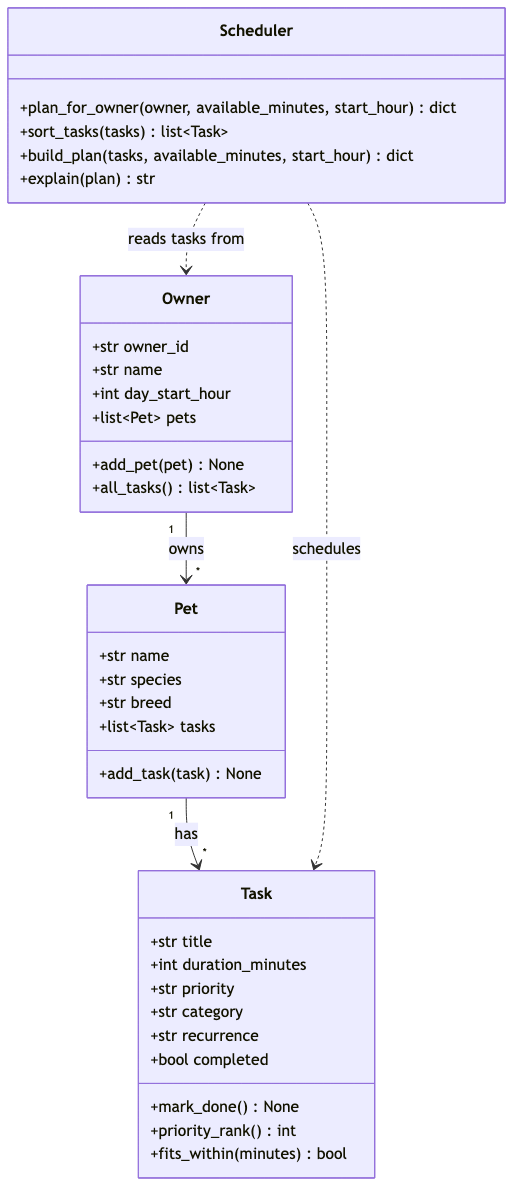
The Mermaid diagram diagrams/uml.png in meghakr1/ai110-module2show-pawpal-starter, before a commit. Its source is kept beside it as diagrams/uml.mmd.
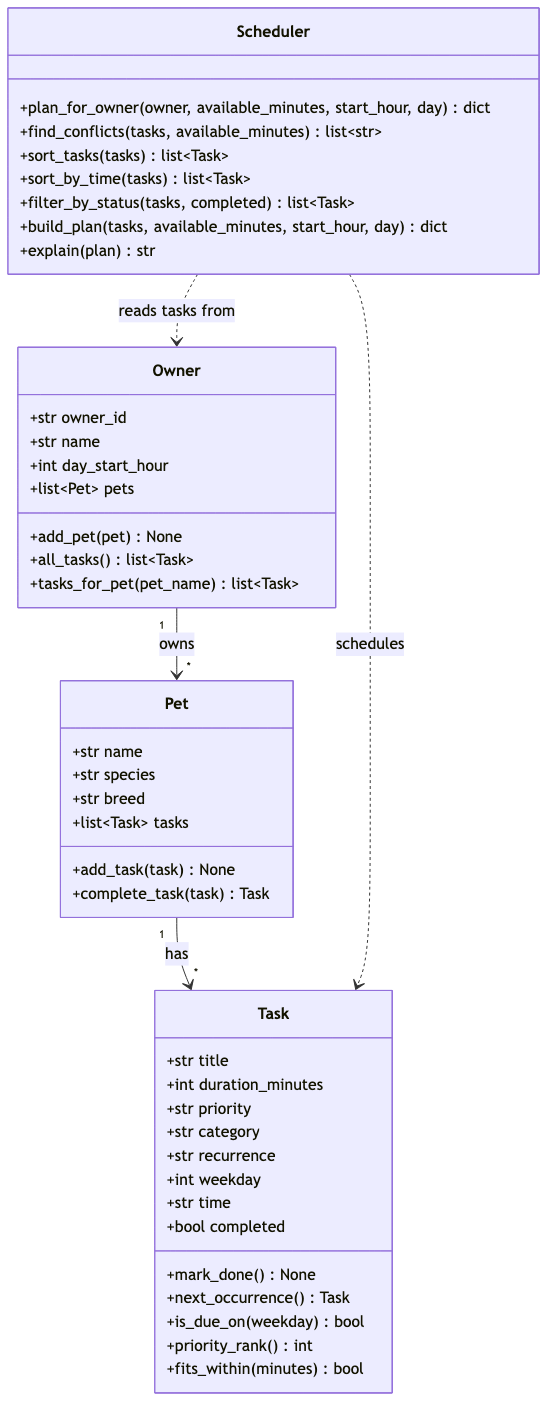
The same file after the commit.

Change to the diagram source:
```diff
@@ -7,6 +7,7 @@
         +list~Pet~ pets
         +add_pet(pet) None
         +all_tasks() list~Task~
+        +tasks_for_pet(pet_name) list~Task~
     }
 
     class Pet {
@@ -15,6 +16,7 @@
         +str breed
         +list~Task~ tasks
         +add_task(task) None
+        +complete_task(task) Task
     }
 
     class Task {
@@ -23,16 +25,23 @@
         +str priority
         +str category
         +str recurrence
+        +int weekday
+        +str time
         +bool completed
         +mark_done() None
+        +next_occurrence() Task
+        +is_due_on(weekday) bool
         +priority_rank() int
         +fits_within(minutes) bool
     }
 
     class Scheduler {
-        +plan_for_owner(owner, available_minutes, start_hour) dict
+        +plan_for_owner(owner, available_minutes, start_hour, day) dict
+        +find_conflicts(tasks, available_minutes) list~str~
         +sort_tasks(tasks) list~Task~
-        +build_plan(tasks, available_minutes, start_hour) dict
+        +sort_by_time(tasks) list~Task~
+        +filter_by_status(tasks, completed) list~Task~
+        +build_plan(tasks, available_minutes, start_hour, day) dict
         +explain(plan) str
     }
 
```
